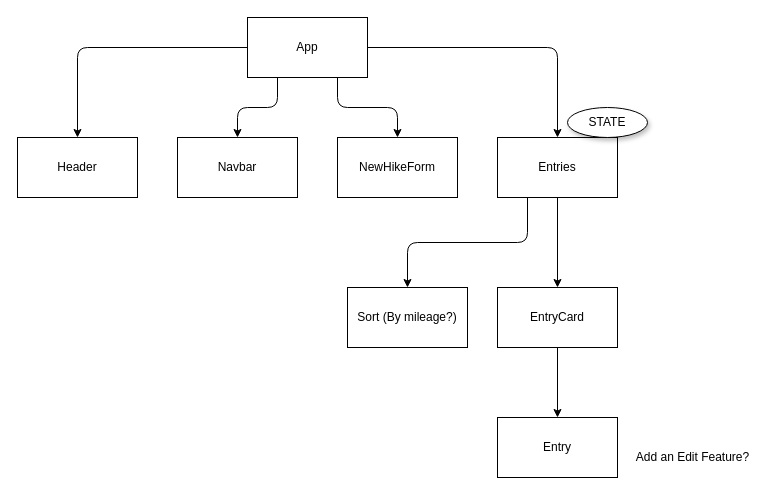
Earlier version of the draw.io diagram Hierarchy.drawio (Stelluuh/Phase-2-Project-VentureLog). Source tidied: cells renumbered, new cells numbered last; positions are measured from the earlier drawing's top-left corner, leaving out a move shared by most shapes. Both pictures are drawn from the tidied source at 100%, with x=0, y=0 at pixel (17, 17).
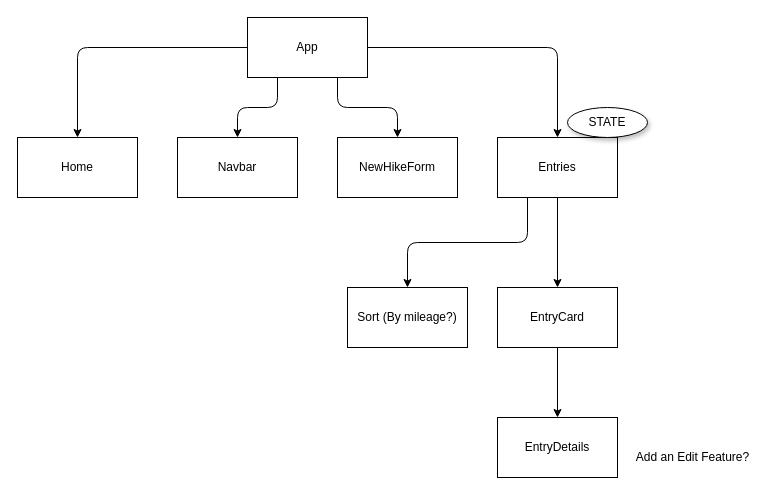
After the change.

Diff of the diagram source:
```diff
@@
 <mxGraphModel>
   <root>
     <mxCell id="0" />
     <mxCell id="1" parent="0" />
     <mxCell id="2" style="edgeStyle=orthogonalEdgeStyle;html=1;exitX=0.25;exitY=1;exitDx=0;exitDy=0;" parent="1" edge="1" source="6" target="8">
       <mxGeometry relative="1" as="geometry" />
     </mxCell>
     <mxCell id="3" style="edgeStyle=orthogonalEdgeStyle;html=1;exitX=0.75;exitY=1;exitDx=0;exitDy=0;entryX=0.5;entryY=0;entryDx=0;entryDy=0;" parent="1" edge="1" source="6" target="9">
       <mxGeometry relative="1" as="geometry" />
     </mxCell>
     <mxCell id="4" style="edgeStyle=orthogonalEdgeStyle;html=1;entryX=0.5;entryY=0;entryDx=0;entryDy=0;" parent="1" edge="1" source="6" target="12">
       <mxGeometry relative="1" as="geometry" />
     </mxCell>
     <mxCell id="5" style="edgeStyle=orthogonalEdgeStyle;html=1;exitX=0;exitY=0.5;exitDx=0;exitDy=0;entryX=0.5;entryY=0;entryDx=0;entryDy=0;" parent="1" edge="1" source="6" target="7">
       <mxGeometry relative="1" as="geometry" />
     </mxCell>
     <mxCell id="6" value="App" style="whiteSpace=wrap;html=1;" parent="1" vertex="1">
       <mxGeometry x="230" width="120" height="60" as="geometry" />
     </mxCell>
-    <mxCell id="7" value="Header" style="whiteSpace=wrap;html=1;" parent="1" vertex="1">
+    <mxCell id="7" value="Home" style="whiteSpace=wrap;html=1;" parent="1" vertex="1">
       <mxGeometry y="120" width="120" height="60" as="geometry" />
     </mxCell>
     <mxCell id="8" value="Navbar" style="whiteSpace=wrap;html=1;" parent="1" vertex="1">
       <mxGeometry x="160" y="120" width="120" height="60" as="geometry" />
     </mxCell>
     <mxCell id="9" value="NewHikeForm" style="whiteSpace=wrap;html=1;" parent="1" vertex="1">
       <mxGeometry x="320" y="120" width="120" height="60" as="geometry" />
     </mxCell>
     <mxCell id="10" style="edgeStyle=orthogonalEdgeStyle;html=1;exitX=0.25;exitY=1;exitDx=0;exitDy=0;" parent="1" edge="1" source="12" target="13">
       <mxGeometry relative="1" as="geometry" />
     </mxCell>
     <mxCell id="11" style="edgeStyle=orthogonalEdgeStyle;html=1;" parent="1" edge="1" source="12" target="15">
       <mxGeometry relative="1" as="geometry" />
     </mxCell>
     <mxCell id="12" value="Entries" style="whiteSpace=wrap;html=1;" parent="1" vertex="1">
       <mxGeometry x="480" y="120" width="120" height="60" as="geometry" />
     </mxCell>
     <mxCell id="13" value="Sort (By mileage?)" style="whiteSpace=wrap;html=1;" parent="1" vertex="1">
       <mxGeometry x="330" y="270" width="120" height="60" as="geometry" />
     </mxCell>
     <mxCell id="14" style="edgeStyle=none;html=1;entryX=0.5;entryY=0;entryDx=0;entryDy=0;" parent="1" edge="1" source="15" target="16">
       <mxGeometry relative="1" as="geometry" />
     </mxCell>
     <mxCell id="15" value="EntryCard" style="whiteSpace=wrap;html=1;" parent="1" vertex="1">
       <mxGeometry x="480" y="270" width="120" height="60" as="geometry" />
     </mxCell>
-    <mxCell id="16" value="Entry" style="whiteSpace=wrap;html=1;" parent="1" vertex="1">
+    <mxCell id="16" value="EntryDetails" style="whiteSpace=wrap;html=1;" parent="1" vertex="1">
       <mxGeometry x="480" y="400" width="120" height="60" as="geometry" />
     </mxCell>
     <mxCell id="17" value="STATE" style="ellipse;whiteSpace=wrap;html=1;shadow=1;" parent="1" vertex="1">
       <mxGeometry x="550" y="90" width="80" height="30" as="geometry" />
     </mxCell>
     <mxCell id="18" value="Add an Edit Feature?" style="text;html=1;align=center;verticalAlign=middle;strokeColor=none;fillColor=none;" parent="1" vertex="1">
       <mxGeometry x="610" y="430" width="130" height="20" as="geometry" />
     </mxCell>
   </root>
 </mxGraphModel>
```
